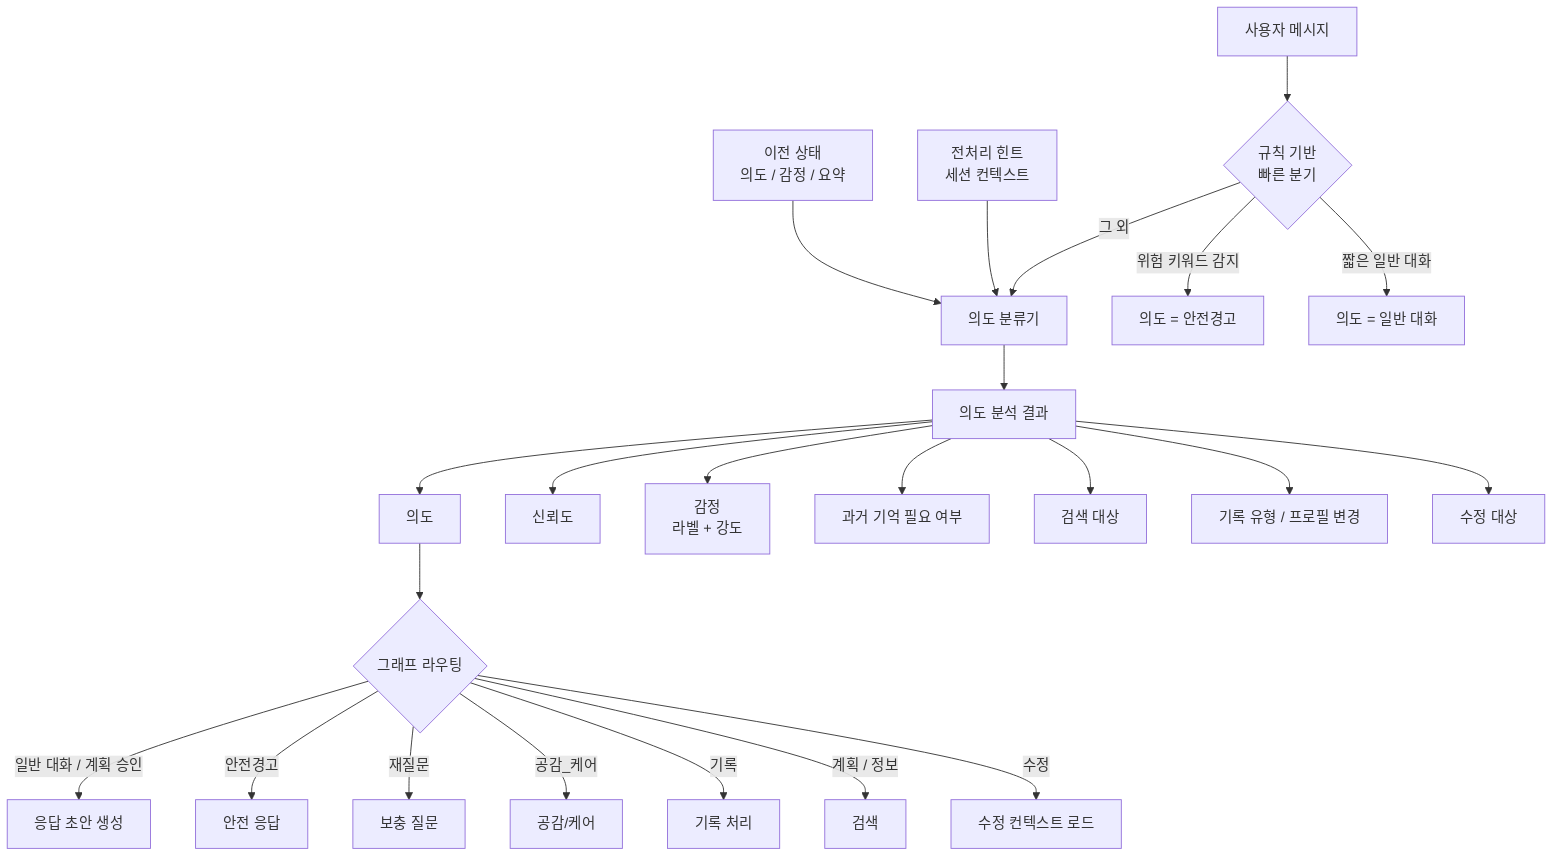
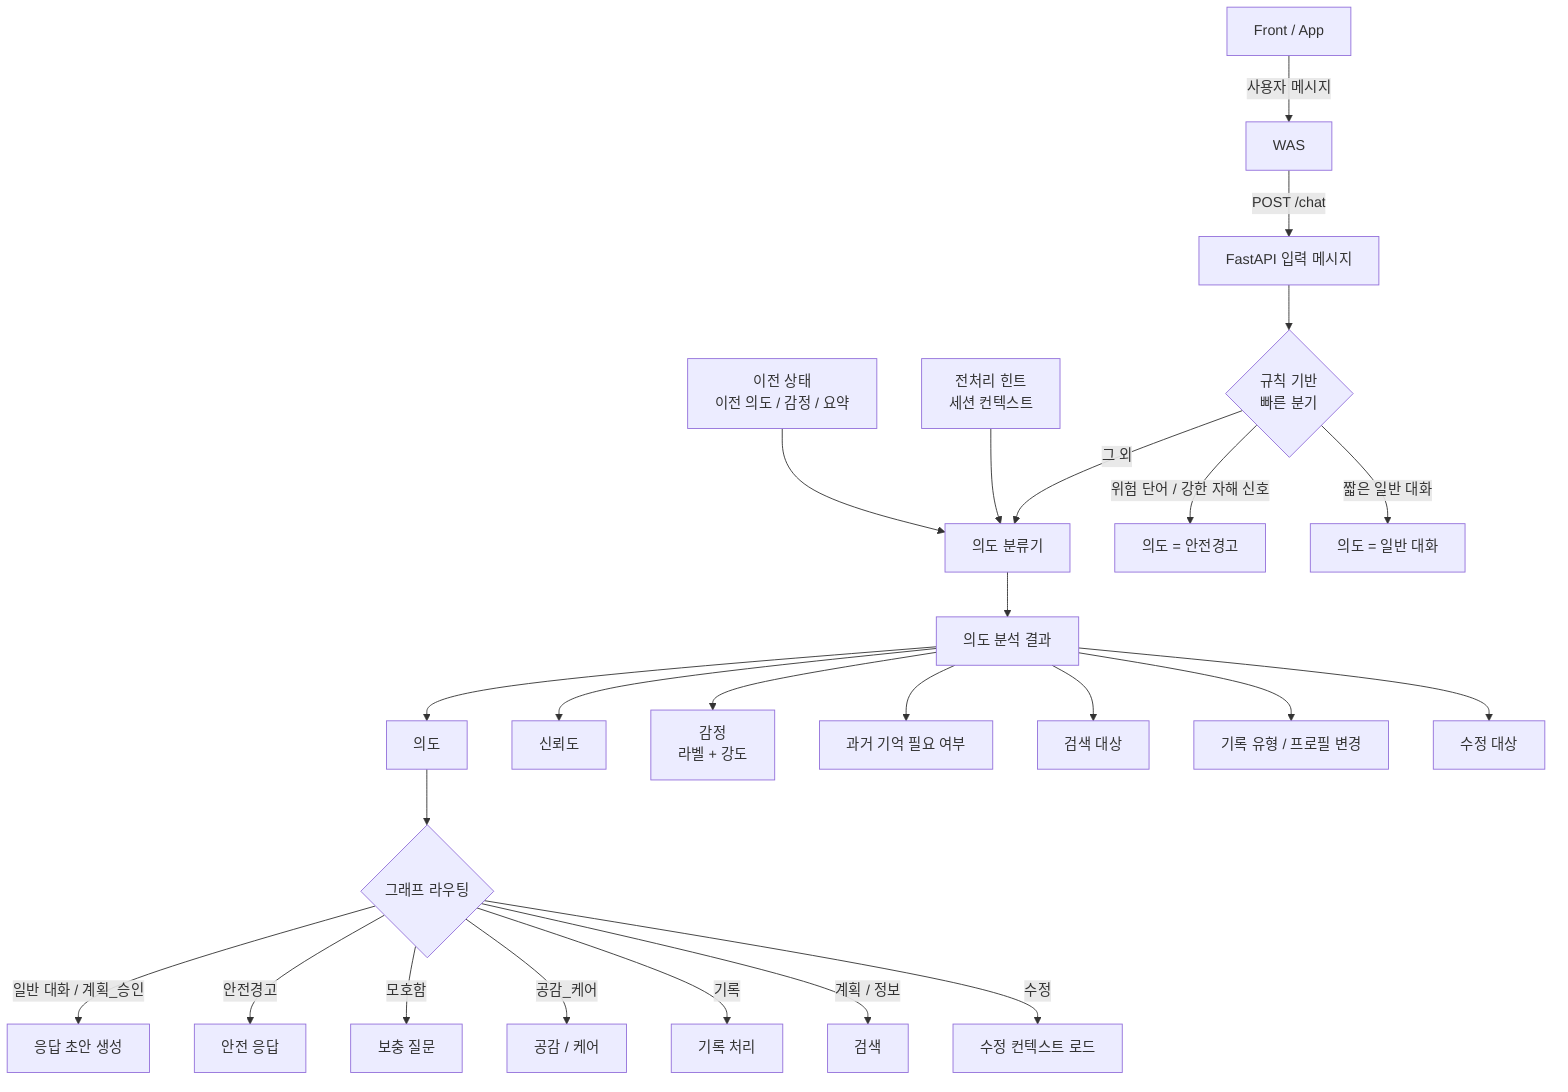
flowchart TD
-     MSG["사용자 메시지"] --> RULES{"규칙 기반<br/>빠른 분기"}
-     PREV["이전 상태<br/>의도 / 감정 / 요약"] --> LLM["의도 분류기"]
+     FRONT["Front / App"] -->|"사용자 메시지"| WAS["WAS"]
+     WAS -->|"POST /chat"| MSG["FastAPI 입력 메시지"]
+ 
+     STATE["이전 상태<br/>이전 의도 / 감정 / 요약"] --> LLM["의도 분류기"]
    HINTS["전처리 힌트<br/>세션 컨텍스트"] --> LLM

-     RULES -->|"위험 키워드 감지"| SAFETY["의도 = 안전경고"]
+     MSG --> RULES{"규칙 기반<br/>빠른 분기"}
+ 
+     RULES -->|"위험 단어 / 강한 자해 신호"| SAFETY["의도 = 안전경고"]
    RULES -->|"짧은 일반 대화"| CASUAL["의도 = 일반 대화"]
    RULES -->|"그 외"| LLM

    LLM --> OUT["의도 분석 결과"]

    OUT --> I1["의도"]
    OUT --> I2["신뢰도"]
    OUT --> I3["감정<br/>라벨 + 강도"]
    OUT --> I4["과거 기억 필요 여부"]
    OUT --> I5["검색 대상"]
    OUT --> I6["기록 유형 / 프로필 변경"]
    OUT --> I7["수정 대상"]

    I1 --> ROUTE{"그래프 라우팅"}
-     ROUTE -->|"일반 대화 / 계획 승인"| GEN["응답 초안 생성"]
+     ROUTE -->|"일반 대화 / 계획_승인"| GEN["응답 초안 생성"]
    ROUTE -->|"안전경고"| SAFETY2["안전 응답"]
-     ROUTE -->|"재질문"| FB["보충 질문"]
-     ROUTE -->|"공감_케어"| CARE["공감/케어"]
+     ROUTE -->|"모호함"| FB["보충 질문"]
+     ROUTE -->|"공감_케어"| CARE["공감 / 케어"]
    ROUTE -->|"기록"| REC["기록 처리"]
    ROUTE -->|"계획 / 정보"| SEARCH["검색"]
    ROUTE -->|"수정"| MODIFY["수정 컨텍스트 로드"]
